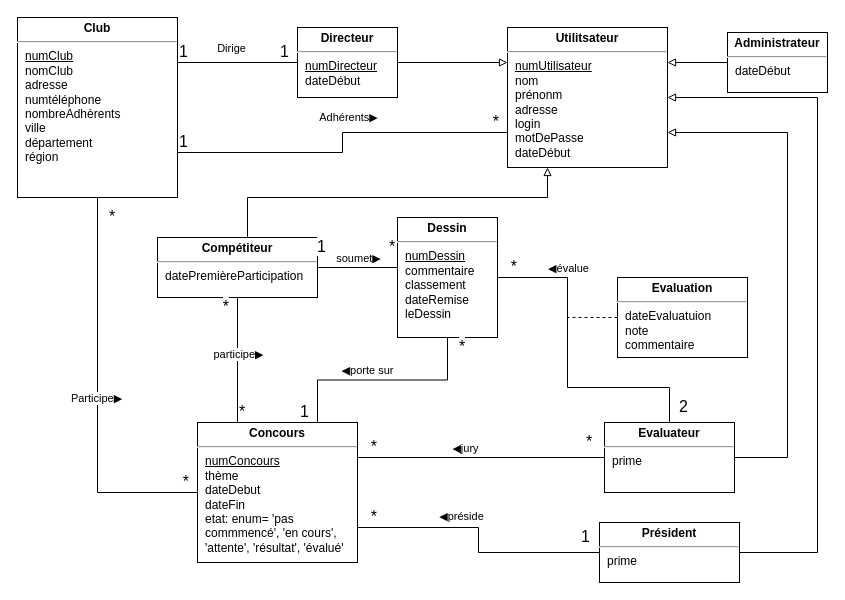
Above: documentation/DiagrammeUmlProjetBaseDonné.drawio in Obscurimouille/concours-dessin (draw.io), before the change. Source tidied: cells renumbered, new cells numbered last; positions are measured from the earlier drawing's top-left corner, leaving out a move shared by most shapes. Both pictures are drawn from the tidied source at 100%, with x=0, y=0 at pixel (17, 17).
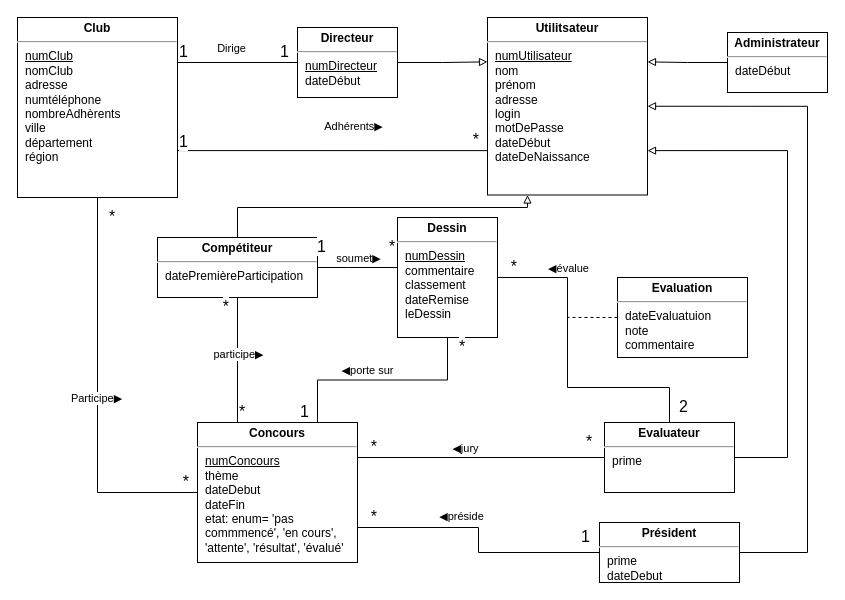
The same page after the edit.

The change refers to these unchanged cells:
```xml
<mxCell id="2" value="&lt;p style=&quot;margin: 4px 0px 0px; text-align: center;&quot;&gt;&lt;b style=&quot;&quot;&gt;Club&lt;/b&gt;&lt;/p&gt;&lt;hr&gt;&lt;p style=&quot;margin:0px;margin-left:8px;&quot;&gt;&lt;u&gt;numClub&lt;/u&gt;&lt;br&gt;nomClub&lt;br&gt;adresse&lt;/p&gt;&lt;p style=&quot;margin:0px;margin-left:8px;&quot;&gt;numtéléphone&lt;/p&gt;&lt;p style=&quot;margin:0px;margin-left:8px;&quot;&gt;nombreAdhèrents&lt;/p&gt;&lt;p style=&quot;margin:0px;margin-left:8px;&quot;&gt;ville&lt;/p&gt;&lt;p style=&quot;margin:0px;margin-left:8px;&quot;&gt;département&lt;/p&gt;&lt;p style=&quot;margin:0px;margin-left:8px;&quot;&gt;région&lt;/p&gt;" style="verticalAlign=top;align=left;overflow=fill;fontSize=12;fontFamily=Helvetica;html=1;whiteSpace=wrap;" parent="1" vertex="1">
  <mxGeometry width="160" height="180" as="geometry" />
</mxCell>
<mxCell id="12" value="&lt;p style=&quot;margin: 4px 0px 0px; text-align: center;&quot;&gt;&lt;b&gt;Compétiteur&lt;/b&gt;&lt;/p&gt;&lt;hr&gt;&lt;p style=&quot;margin:0px;margin-left:8px;&quot;&gt;datePremièreParticipation&lt;/p&gt;" style="verticalAlign=top;align=left;overflow=fill;fontSize=12;fontFamily=Helvetica;html=1;whiteSpace=wrap;" parent="1" vertex="1">
  <mxGeometry x="140" y="220" width="160" height="60" as="geometry" />
</mxCell>
<mxCell id="17" value="&lt;p style=&quot;margin: 4px 0px 0px; text-align: center;&quot;&gt;&lt;b&gt;Evaluateur&lt;/b&gt;&lt;/p&gt;&lt;hr&gt;&lt;p style=&quot;margin:0px;margin-left:8px;&quot;&gt;prime&lt;/p&gt;" style="verticalAlign=top;align=left;overflow=fill;fontSize=12;fontFamily=Helvetica;html=1;whiteSpace=wrap;" parent="1" vertex="1">
  <mxGeometry x="587" y="405" width="130" height="70" as="geometry" />
</mxCell>
```

The edit, as a diff of the source:
```diff
@@
-    <mxCell id="3" value="&lt;p style=&quot;margin: 4px 0px 0px; text-align: center;&quot;&gt;&lt;b style=&quot;&quot;&gt;Utilitsateur&lt;/b&gt;&lt;/p&gt;&lt;hr&gt;&lt;p style=&quot;margin:0px;margin-left:8px;&quot;&gt;&lt;u&gt;numUtilisateur&lt;/u&gt;&lt;/p&gt;&lt;p style=&quot;margin:0px;margin-left:8px;&quot;&gt;nom&lt;/p&gt;&lt;p style=&quot;margin:0px;margin-left:8px;&quot;&gt;prénonm&lt;/p&gt;&lt;p style=&quot;margin:0px;margin-left:8px;&quot;&gt;adresse&lt;/p&gt;&lt;p style=&quot;margin:0px;margin-left:8px;&quot;&gt;login&lt;/p&gt;&lt;p style=&quot;margin:0px;margin-left:8px;&quot;&gt;motDePasse&lt;/p&gt;&lt;p style=&quot;margin:0px;margin-left:8px;&quot;&gt;dateDébut&lt;/p&gt;" style="verticalAlign=top;align=left;overflow=fill;fontSize=12;fontFamily=Helvetica;html=1;whiteSpace=wrap;" parent="1" vertex="1">
-      <mxGeometry x="490" y="10" width="160" height="140" as="geometry" />
+    <mxCell id="3" value="&lt;p style=&quot;margin: 4px 0px 0px; text-align: center;&quot;&gt;&lt;b style=&quot;&quot;&gt;&lt;font style=&quot;font-size: 12px;&quot;&gt;Utilitsateur&lt;/font&gt;&lt;/b&gt;&lt;/p&gt;&lt;hr style=&quot;&quot;&gt;&lt;p style=&quot;margin: 0px 0px 0px 8px;&quot;&gt;&lt;u style=&quot;box-sizing: border-box; font-family: Helvetica, Arial, freesans, sans-serif;&quot;&gt;&lt;span style=&quot;box-sizing: border-box;&quot;&gt;&lt;font style=&quot;font-size: 12px;&quot;&gt;numUtilisateur&lt;/font&gt;&lt;/span&gt;&lt;/u&gt;&lt;/p&gt;&lt;p style=&quot;margin: 0px 0px 0px 8px;&quot;&gt;&lt;span style=&quot;font-family: Helvetica, Arial, freesans, sans-serif; background-color: initial;&quot;&gt;nom&lt;/span&gt;&lt;br&gt;&lt;/p&gt;&lt;p style=&quot;margin: 0px 0px 0px 8px;&quot;&gt;&lt;span style=&quot;box-sizing: border-box; font-family: Helvetica, Arial, freesans, sans-serif;&quot;&gt;&lt;font style=&quot;font-size: 12px;&quot;&gt;prénom&lt;/font&gt;&lt;/span&gt;&lt;/p&gt;&lt;p style=&quot;margin: 0px 0px 0px 8px;&quot;&gt;&lt;span style=&quot;box-sizing: border-box; font-family: Helvetica, Arial, freesans, sans-serif;&quot;&gt;&lt;font style=&quot;font-size: 12px;&quot;&gt;adresse&lt;/font&gt;&lt;/span&gt;&lt;/p&gt;&lt;p style=&quot;margin: 0px 0px 0px 8px;&quot;&gt;&lt;span style=&quot;box-sizing: border-box; font-family: Helvetica, Arial, freesans, sans-serif;&quot;&gt;&lt;font style=&quot;font-size: 12px;&quot;&gt;login&lt;/font&gt;&lt;/span&gt;&lt;/p&gt;&lt;p style=&quot;margin: 0px 0px 0px 8px;&quot;&gt;&lt;span style=&quot;box-sizing: border-box; font-family: Helvetica, Arial, freesans, sans-serif;&quot;&gt;&lt;font style=&quot;font-size: 12px;&quot;&gt;motDePasse&lt;/font&gt;&lt;/span&gt;&lt;/p&gt;&lt;p style=&quot;margin: 0px 0px 0px 8px;&quot;&gt;&lt;font style=&quot;font-size: 12px;&quot;&gt;&lt;span style=&quot;box-sizing: border-box; font-family: Helvetica, Arial, freesans, sans-serif;&quot;&gt;dateDébut&lt;/span&gt;&lt;br&gt;&lt;/font&gt;&lt;/p&gt;&lt;p style=&quot;margin: 0px 0px 0px 8px;&quot;&gt;&lt;span style=&quot;box-sizing: border-box; font-family: Helvetica, Arial, freesans, sans-serif;&quot;&gt;&lt;font style=&quot;font-size: 12px;&quot;&gt;dateDeNaissance&lt;/font&gt;&lt;/span&gt;&lt;/p&gt;" style="verticalAlign=top;align=left;overflow=fill;fontSize=12;fontFamily=Helvetica;html=1;whiteSpace=wrap;" parent="1" vertex="1">
+      <mxGeometry x="470" width="160" height="177.5" as="geometry" />
     </mxCell>
@@
-    <mxCell id="5" style="edgeStyle=orthogonalEdgeStyle;rounded=0;jettySize=auto;html=1;entryX=1;entryY=0.5;entryDx=0;entryDy=0;exitX=1;exitY=0.5;exitDx=0;exitDy=0;endArrow=block;endFill=0;" parent="1" edge="1" source="6" target="3">
+    <mxCell id="5" style="edgeStyle=orthogonalEdgeStyle;rounded=0;jettySize=auto;html=1;exitX=1;exitY=0.5;exitDx=0;exitDy=0;entryX=1;entryY=0.5;entryDx=0;entryDy=0;fontSize=12;endArrow=block;endFill=0;" parent="1" edge="1" source="6" target="3">
       <mxGeometry relative="1" as="geometry">
         <Array as="points">
-          <mxPoint x="800" y="535" />
-          <mxPoint x="800" y="80" />
+          <mxPoint x="790" y="535" />
+          <mxPoint x="790" y="89" />
         </Array>
       </mxGeometry>
     </mxCell>
-    <mxCell id="6" value="&lt;p style=&quot;margin: 4px 0px 0px; text-align: center;&quot;&gt;&lt;b&gt;Président&lt;/b&gt;&lt;/p&gt;&lt;hr&gt;&lt;p style=&quot;margin:0px;margin-left:8px;&quot;&gt;prime&lt;/p&gt;" style="verticalAlign=top;align=left;overflow=fill;fontSize=12;fontFamily=Helvetica;html=1;whiteSpace=wrap;" parent="1" vertex="1">
+    <mxCell id="6" value="&lt;p style=&quot;margin: 4px 0px 0px; text-align: center;&quot;&gt;&lt;b&gt;Président&lt;/b&gt;&lt;/p&gt;&lt;hr&gt;&lt;p style=&quot;margin:0px;margin-left:8px;&quot;&gt;prime&lt;/p&gt;&lt;p style=&quot;margin:0px;margin-left:8px;&quot;&gt;dateDebut&lt;/p&gt;" style="verticalAlign=top;align=left;overflow=fill;fontSize=12;fontFamily=Helvetica;html=1;whiteSpace=wrap;" parent="1" vertex="1">
       <mxGeometry x="582" y="505" width="140" height="60" as="geometry" />
     </mxCell>
@@
-    <mxCell id="11" style="edgeStyle=orthogonalEdgeStyle;rounded=0;jettySize=auto;html=1;exitX=0.5;exitY=0;exitDx=0;exitDy=0;entryX=0.25;entryY=1;entryDx=0;entryDy=0;endArrow=block;endFill=0;" parent="1" edge="1" source="12" target="3">
+    <mxCell id="11" style="edgeStyle=orthogonalEdgeStyle;rounded=0;jettySize=auto;html=1;exitX=0.5;exitY=0;exitDx=0;exitDy=0;entryX=0.25;entryY=1;entryDx=0;entryDy=0;fontSize=12;endArrow=block;endFill=0;" parent="1" edge="1" source="12" target="3">
       <mxGeometry relative="1" as="geometry">
         <Array as="points">
-          <mxPoint x="230" y="220" />
-          <mxPoint x="230" y="180" />
-          <mxPoint x="530" y="180" />
+          <mxPoint x="220" y="190" />
+          <mxPoint x="510" y="190" />
         </Array>
       </mxGeometry>
     </mxCell>
@@
     <mxCell id="16" style="edgeStyle=orthogonalEdgeStyle;rounded=0;jettySize=auto;html=1;exitX=1;exitY=0.5;exitDx=0;exitDy=0;entryX=1;entryY=0.75;entryDx=0;entryDy=0;endArrow=block;endFill=0;" parent="1" edge="1" source="17" target="3">
       <mxGeometry relative="1" as="geometry">
         <Array as="points">
           <mxPoint x="770" y="440" />
-          <mxPoint x="770" y="115" />
+          <mxPoint x="770" y="133" />
         </Array>
       </mxGeometry>
     </mxCell>
@@
     <mxCell id="18" style="endArrow=none;html=1;edgeStyle=orthogonalEdgeStyle;rounded=0;exitX=1;exitY=0.75;exitDx=0;exitDy=0;entryX=0;entryY=0.75;entryDx=0;entryDy=0;" parent="1" edge="1" source="2" target="3">
-      <mxGeometry relative="1" as="geometry" />
+      <mxGeometry relative="1" as="geometry">
+        <Array as="points">
+          <mxPoint x="160" y="133" />
+        </Array>
+      </mxGeometry>
     </mxCell>
```
